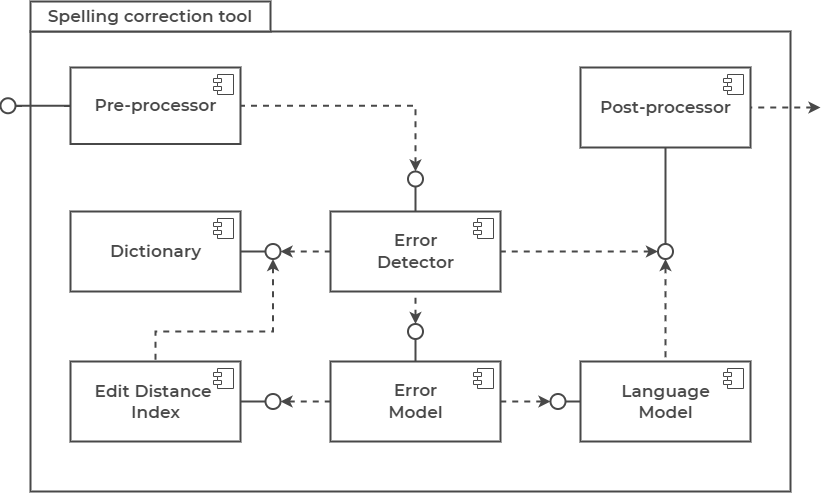
Before: figures/arch.png, a diagram exported from draw.io (DmitryPogrebnoy/MedSpellChecker). Source tidied: cells renumbered, new cells last; positions are measured from the earlier drawing's top-left corner, leaving out a move shared by most shapes.
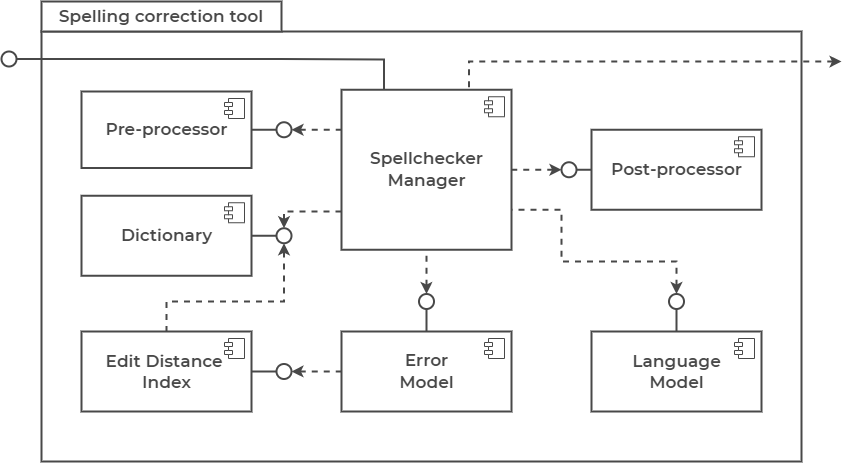
After the change.

What changed in the source:
```diff
@@ -3,10 +3,10 @@
     <mxCell id="0" />
     <mxCell id="1" parent="0" />
     <mxCell id="2" style="rounded=0;whiteSpace=wrap;html=1;strokeWidth=2;strokeColor=#484848;" parent="1" vertex="1">
-      <mxGeometry x="30" y="30" width="760" height="460" as="geometry" />
+      <mxGeometry x="30" y="60" width="760" height="430" as="geometry" />
     </mxCell>
     <mxCell id="3" value="&lt;font color=&quot;#484848&quot; face=&quot;montserrat semibold&quot;&gt;&lt;span style=&quot;font-size: 17px&quot;&gt;Post-processor&lt;/span&gt;&lt;/font&gt;" style="html=1;strokeWidth=2;strokeColor=#484848;" parent="1" vertex="1">
-      <mxGeometry x="580" y="66" width="170" height="80" as="geometry" />
+      <mxGeometry x="580" y="158.2" width="170" height="80" as="geometry" />
     </mxCell>
     <mxCell id="4" style="shape=module;jettyWidth=8;jettyHeight=4;strokeColor=#484848;" parent="3" vertex="1">
       <mxGeometry x="1" width="20" height="20" relative="1" as="geometry">
@@ -22,10 +22,10 @@
       </mxGeometry>
     </mxCell>
     <mxCell id="7" value="&lt;font color=&quot;#484848&quot; face=&quot;Montserrat Semibold&quot;&gt;&lt;span style=&quot;font-size: 17px&quot;&gt;Spelling correction tool&lt;/span&gt;&lt;/font&gt;" style="rounded=0;whiteSpace=wrap;html=1;strokeColor=#484848;strokeWidth=2;" parent="1" vertex="1">
-      <mxGeometry x="30" width="240" height="30" as="geometry" />
+      <mxGeometry x="30" y="30" width="240" height="30" as="geometry" />
     </mxCell>
     <mxCell id="8" value="&lt;font color=&quot;#484848&quot; face=&quot;montserrat semibold&quot; style=&quot;font-size: 17px&quot;&gt;Pre-processor&lt;/font&gt;" style="html=1;strokeWidth=2;strokeColor=#484848;" parent="1" vertex="1">
-      <mxGeometry x="70" y="66" width="170" height="76.5" as="geometry" />
+      <mxGeometry x="70" y="120" width="170" height="76.5" as="geometry" />
     </mxCell>
     <mxCell id="9" style="shape=module;jettyWidth=8;jettyHeight=4;strokeColor=#484848;" parent="8" vertex="1">
       <mxGeometry x="1" width="20" height="20" relative="1" as="geometry">
@@ -41,13 +41,13 @@
       </mxGeometry>
     </mxCell>
     <mxCell id="12" style="ellipse;whiteSpace=wrap;html=1;strokeColor=#484848;strokeWidth=2;" parent="1" vertex="1">
-      <mxGeometry y="96.8" width="15" height="15" as="geometry" />
+      <mxGeometry x="-10" y="80" width="15" height="15" as="geometry" />
     </mxCell>
-    <mxCell id="13" style="edgeStyle=orthogonalEdgeStyle;rounded=0;jettySize=auto;html=1;startArrow=none;startFill=0;endArrow=none;endFill=0;strokeColor=#484848;strokeWidth=2;exitX=1;exitY=0.5;exitDx=0;exitDy=0;entryX=0;entryY=0.5;entryDx=0;entryDy=0;" parent="1" edge="1" source="12" target="8">
+    <mxCell id="13" style="edgeStyle=orthogonalEdgeStyle;rounded=0;jettySize=auto;html=1;startArrow=none;startFill=0;endArrow=none;endFill=0;strokeColor=#484848;strokeWidth=2;exitX=1;exitY=0.5;exitDx=0;exitDy=0;entryX=0.25;entryY=0;entryDx=0;entryDy=0;" parent="1" edge="1" source="12" target="25">
       <mxGeometry relative="1" as="geometry">
         <Array as="points">
-          <mxPoint x="60" y="104" />
-          <mxPoint x="60" y="104" />
+          <mxPoint x="270" y="88" />
+          <mxPoint x="373" y="88" />
         </Array>
       </mxGeometry>
     </mxCell>
@@ -55,7 +55,7 @@
       <mxGeometry x="407.5" y="322.5" width="15" height="15" as="geometry" />
     </mxCell>
     <mxCell id="15" style="ellipse;whiteSpace=wrap;html=1;strokeColor=#484848;strokeWidth=2;" parent="1" vertex="1">
-      <mxGeometry x="550" y="392.5" width="15" height="15" as="geometry" />
+      <mxGeometry x="657.5" y="322.5" width="15" height="15" as="geometry" />
     </mxCell>
     <mxCell id="16" style="edgeStyle=orthogonalEdgeStyle;rounded=0;jettySize=auto;html=1;startArrow=none;startFill=0;endArrow=none;endFill=0;strokeColor=#484848;strokeWidth=2;exitX=0.5;exitY=1;exitDx=0;exitDy=0;entryX=0.5;entryY=0;entryDx=0;entryDy=0;" parent="1" edge="1" source="14" target="5">
       <mxGeometry relative="1" as="geometry">
@@ -65,69 +65,50 @@
         </Array>
       </mxGeometry>
     </mxCell>
-    <mxCell id="17" style="edgeStyle=orthogonalEdgeStyle;rounded=0;jettySize=auto;html=1;startArrow=none;startFill=0;endArrow=none;endFill=0;strokeColor=#484848;strokeWidth=2;exitX=1;exitY=0.5;exitDx=0;exitDy=0;entryX=0;entryY=0.5;entryDx=0;entryDy=0;" parent="1" edge="1" source="15" target="10">
-      <mxGeometry relative="1" as="geometry">
-        <Array as="points">
-          <mxPoint x="565" y="400" />
-          <mxPoint x="565" y="400" />
-        </Array>
-      </mxGeometry>
+    <mxCell id="17" style="edgeStyle=orthogonalEdgeStyle;rounded=0;jettySize=auto;html=1;startArrow=none;startFill=0;endArrow=none;endFill=0;strokeColor=#484848;strokeWidth=2;exitX=0.5;exitY=1;exitDx=0;exitDy=0;entryX=0.5;entryY=0;entryDx=0;entryDy=0;" parent="1" edge="1" source="15" target="10">
+      <mxGeometry relative="1" as="geometry" />
     </mxCell>
-    <mxCell id="18" style="ellipse;whiteSpace=wrap;html=1;strokeColor=#484848;strokeWidth=2;" parent="1" vertex="1">
-      <mxGeometry x="657.5" y="242.5" width="15" height="15" as="geometry" />
-    </mxCell>
-    <mxCell id="19" style="edgeStyle=orthogonalEdgeStyle;rounded=0;jettySize=auto;html=1;startArrow=none;startFill=0;endArrow=none;endFill=0;strokeColor=#484848;strokeWidth=2;entryX=0.5;entryY=1;entryDx=0;entryDy=0;exitX=0.5;exitY=0;exitDx=0;exitDy=0;" parent="1" edge="1" source="18" target="3">
+    <mxCell id="19" style="edgeStyle=orthogonalEdgeStyle;rounded=0;jettySize=auto;html=1;startArrow=none;startFill=0;endArrow=none;endFill=0;strokeColor=#484848;strokeWidth=2;entryX=0;entryY=0.5;entryDx=0;entryDy=0;exitX=1;exitY=0.5;exitDx=0;exitDy=0;" parent="1" edge="1" source="41" target="3">
       <mxGeometry relative="1" as="geometry">
         <Array as="points">
-          <mxPoint x="665" y="190" />
-          <mxPoint x="665" y="190" />
+          <mxPoint x="560" y="198" />
+          <mxPoint x="560" y="198" />
         </Array>
       </mxGeometry>
     </mxCell>
-    <mxCell id="20" style="edgeStyle=orthogonalEdgeStyle;rounded=0;jettySize=auto;html=1;endArrow=none;endFill=0;strokeWidth=2;strokeColor=#484848;dashed=1;startArrow=classic;startFill=1;entryX=1;entryY=0.5;entryDx=0;entryDy=0;exitX=0.5;exitY=0;exitDx=0;exitDy=0;" parent="1" edge="1" source="24" target="8">
+    <mxCell id="20" style="edgeStyle=orthogonalEdgeStyle;rounded=0;jettySize=auto;html=1;endArrow=none;endFill=0;strokeWidth=2;strokeColor=#484848;dashed=1;startArrow=classic;startFill=1;entryX=0;entryY=0.25;entryDx=0;entryDy=0;exitX=1;exitY=0.5;exitDx=0;exitDy=0;" parent="1" edge="1" source="24" target="25">
       <mxGeometry relative="1" as="geometry" />
     </mxCell>
-    <mxCell id="21" style="edgeStyle=orthogonalEdgeStyle;rounded=0;jettySize=auto;html=1;endArrow=none;endFill=0;strokeWidth=2;strokeColor=#484848;dashed=1;startArrow=classic;startFill=1;entryX=0.5;entryY=0;entryDx=0;entryDy=0;exitX=0.5;exitY=1;exitDx=0;exitDy=0;" parent="1" edge="1" source="18" target="10">
-      <mxGeometry relative="1" as="geometry">
-        <Array as="points">
-          <mxPoint x="665" y="270" />
-          <mxPoint x="665" y="270" />
-        </Array>
-      </mxGeometry>
-    </mxCell>
-    <mxCell id="22" style="edgeStyle=orthogonalEdgeStyle;rounded=0;jettySize=auto;html=1;endArrow=none;endFill=0;strokeWidth=2;strokeColor=#484848;dashed=1;startArrow=classic;startFill=1;entryX=1;entryY=0.5;entryDx=0;entryDy=0;" parent="1" edge="1" target="3">
+    <mxCell id="22" style="edgeStyle=orthogonalEdgeStyle;rounded=0;jettySize=auto;html=1;endArrow=none;endFill=0;strokeWidth=2;strokeColor=#484848;dashed=1;startArrow=classic;startFill=1;entryX=0.75;entryY=0;entryDx=0;entryDy=0;" parent="1" edge="1" target="25">
       <mxGeometry relative="1" as="geometry">
-        <mxPoint x="820" y="106" as="sourcePoint" />
+        <mxPoint x="830" y="90" as="sourcePoint" />
         <Array as="points">
-          <mxPoint x="780" y="106" />
-          <mxPoint x="780" y="106" />
+          <mxPoint x="820" y="90" />
+          <mxPoint x="458" y="90" />
+          <mxPoint x="458" y="118" />
         </Array>
       </mxGeometry>
     </mxCell>
-    <mxCell id="23" style="edgeStyle=orthogonalEdgeStyle;rounded=0;jettySize=auto;html=1;startArrow=none;startFill=0;endArrow=none;endFill=0;strokeColor=#484848;strokeWidth=2;exitX=0.5;exitY=1;exitDx=0;exitDy=0;entryX=0.5;entryY=0;entryDx=0;entryDy=0;" parent="1" edge="1" source="24" target="25">
-      <mxGeometry relative="1" as="geometry">
-        <Array as="points">
-          <mxPoint x="415" y="200" />
-          <mxPoint x="415" y="200" />
-        </Array>
-      </mxGeometry>
+    <mxCell id="23" style="edgeStyle=orthogonalEdgeStyle;rounded=0;jettySize=auto;html=1;startArrow=none;startFill=0;endArrow=none;endFill=0;strokeColor=#484848;strokeWidth=2;exitX=0;exitY=0.5;exitDx=0;exitDy=0;entryX=1;entryY=0.5;entryDx=0;entryDy=0;" parent="1" edge="1" source="24" target="8">
+      <mxGeometry relative="1" as="geometry" />
     </mxCell>
     <mxCell id="24" style="ellipse;whiteSpace=wrap;html=1;strokeColor=#484848;strokeWidth=2;" parent="1" vertex="1">
-      <mxGeometry x="407.5" y="170" width="15" height="15" as="geometry" />
+      <mxGeometry x="265" y="150.8" width="15" height="15" as="geometry" />
     </mxCell>
-    <mxCell id="25" value="&lt;font style=&quot;font-size: 17px&quot;&gt;&lt;span style=&quot;color: rgb(72 , 72 , 72) ; font-family: &amp;#34;montserrat semibold&amp;#34;&quot;&gt;Error&lt;br&gt;&lt;/span&gt;&lt;font color=&quot;#484848&quot; face=&quot;montserrat semibold&quot;&gt;Detector&lt;/font&gt;&lt;br&gt;&lt;/font&gt;" style="html=1;strokeWidth=2;strokeColor=#484848;" parent="1" vertex="1">
-      <mxGeometry x="330" y="210" width="170" height="80" as="geometry" />
+    <mxCell id="25" value="&lt;font style=&quot;font-size: 17px&quot;&gt;&lt;font face=&quot;montserrat semibold&quot; color=&quot;#484848&quot;&gt;Spellchecker&lt;br&gt;Manager&lt;/font&gt;&lt;br&gt;&lt;/font&gt;" style="html=1;strokeWidth=2;strokeColor=#484848;" parent="1" vertex="1">
+      <mxGeometry x="330" y="118.2" width="170" height="160" as="geometry" />
     </mxCell>
     <mxCell id="26" style="shape=module;jettyWidth=8;jettyHeight=4;strokeColor=#484848;" parent="25" vertex="1">
       <mxGeometry x="1" width="20" height="20" relative="1" as="geometry">
         <mxPoint x="-27" y="7" as="offset" />
       </mxGeometry>
     </mxCell>
-    <mxCell id="27" style="edgeStyle=orthogonalEdgeStyle;rounded=0;jettySize=auto;html=1;endArrow=none;endFill=0;strokeWidth=2;strokeColor=#484848;dashed=1;startArrow=classic;startFill=1;entryX=1;entryY=0.5;entryDx=0;entryDy=0;exitX=0;exitY=0.5;exitDx=0;exitDy=0;" parent="1" edge="1" source="15" target="5">
+    <mxCell id="27" style="edgeStyle=orthogonalEdgeStyle;rounded=0;jettySize=auto;html=1;endArrow=none;endFill=0;strokeWidth=2;strokeColor=#484848;dashed=1;startArrow=classic;startFill=1;entryX=1;entryY=0.75;entryDx=0;entryDy=0;exitX=0.5;exitY=0;exitDx=0;exitDy=0;" parent="1" edge="1" source="15" target="25">
       <mxGeometry relative="1" as="geometry">
         <Array as="points">
-          <mxPoint x="510" y="400" />
-          <mxPoint x="510" y="400" />
+          <mxPoint x="665" y="290" />
+          <mxPoint x="550" y="290" />
+          <mxPoint x="550" y="238" />
         </Array>
       </mxGeometry>
     </mxCell>
@@ -140,7 +121,7 @@
       </mxGeometry>
     </mxCell>
     <mxCell id="29" value="&lt;font color=&quot;#484848&quot; face=&quot;montserrat semibold&quot;&gt;&lt;span style=&quot;font-size: 17px&quot;&gt;Dictionary&lt;/span&gt;&lt;/font&gt;" style="html=1;strokeWidth=2;strokeColor=#484848;" parent="1" vertex="1">
-      <mxGeometry x="70" y="210" width="170" height="80" as="geometry" />
+      <mxGeometry x="70" y="224.2" width="170" height="80" as="geometry" />
     </mxCell>
     <mxCell id="30" style="shape=module;jettyWidth=8;jettyHeight=4;strokeColor=#484848;" parent="29" vertex="1">
       <mxGeometry x="1" width="20" height="20" relative="1" as="geometry">
@@ -156,16 +137,15 @@
       </mxGeometry>
     </mxCell>
     <mxCell id="33" style="ellipse;whiteSpace=wrap;html=1;strokeColor=#484848;strokeWidth=2;" parent="1" vertex="1">
-      <mxGeometry x="265" y="242.5" width="15" height="15" as="geometry" />
+      <mxGeometry x="265" y="256.8" width="15" height="15" as="geometry" />
     </mxCell>
     <mxCell id="34" style="edgeStyle=orthogonalEdgeStyle;rounded=0;jettySize=auto;html=1;startArrow=none;startFill=0;endArrow=none;endFill=0;strokeColor=#484848;strokeWidth=2;entryX=1;entryY=0.5;entryDx=0;entryDy=0;exitX=0;exitY=0.5;exitDx=0;exitDy=0;" parent="1" edge="1" source="33" target="29">
       <mxGeometry relative="1" as="geometry" />
     </mxCell>
-    <mxCell id="35" style="edgeStyle=orthogonalEdgeStyle;rounded=0;jettySize=auto;html=1;endArrow=none;endFill=0;strokeWidth=2;strokeColor=#484848;dashed=1;startArrow=classic;startFill=1;entryX=0;entryY=0.5;entryDx=0;entryDy=0;exitX=1;exitY=0.5;exitDx=0;exitDy=0;" parent="1" edge="1" source="33" target="25">
+    <mxCell id="35" style="edgeStyle=orthogonalEdgeStyle;rounded=0;jettySize=auto;html=1;endArrow=none;endFill=0;strokeWidth=2;strokeColor=#484848;dashed=1;startArrow=classic;startFill=1;entryX=0;entryY=0.75;entryDx=0;entryDy=0;exitX=0.5;exitY=0;exitDx=0;exitDy=0;" parent="1" edge="1" source="33" target="25">
       <mxGeometry relative="1" as="geometry">
         <Array as="points">
-          <mxPoint x="320" y="250" />
-          <mxPoint x="320" y="250" />
+          <mxPoint x="273" y="240" />
         </Array>
       </mxGeometry>
     </mxCell>
@@ -188,8 +168,13 @@
         </Array>
       </mxGeometry>
     </mxCell>
-    <mxCell id="39" style="edgeStyle=orthogonalEdgeStyle;rounded=0;jettySize=auto;html=1;endArrow=none;endFill=0;strokeWidth=2;strokeColor=#484848;dashed=1;startArrow=classic;startFill=1;entryX=1;entryY=0.5;entryDx=0;entryDy=0;exitX=0;exitY=0.5;exitDx=0;exitDy=0;" parent="1" edge="1" source="18" target="25">
-      <mxGeometry relative="1" as="geometry" />
+    <mxCell id="39" style="edgeStyle=orthogonalEdgeStyle;rounded=0;jettySize=auto;html=1;endArrow=none;endFill=0;strokeWidth=2;strokeColor=#484848;dashed=1;startArrow=classic;startFill=1;entryX=1;entryY=0.5;entryDx=0;entryDy=0;exitX=0;exitY=0.5;exitDx=0;exitDy=0;" parent="1" edge="1" source="41" target="25">
+      <mxGeometry relative="1" as="geometry">
+        <Array as="points">
+          <mxPoint x="530" y="198" />
+          <mxPoint x="530" y="198" />
+        </Array>
+      </mxGeometry>
     </mxCell>
     <mxCell id="40" style="edgeStyle=orthogonalEdgeStyle;rounded=0;jettySize=auto;html=1;endArrow=none;endFill=0;strokeWidth=2;strokeColor=#484848;dashed=1;startArrow=classic;startFill=1;entryX=0.5;entryY=0;entryDx=0;entryDy=0;exitX=0.5;exitY=1;exitDx=0;exitDy=0;" parent="1" edge="1" source="33" target="31">
       <mxGeometry relative="1" as="geometry">
@@ -199,5 +184,8 @@
         </Array>
       </mxGeometry>
     </mxCell>
+    <mxCell id="41" style="ellipse;whiteSpace=wrap;html=1;strokeColor=#484848;strokeWidth=2;" parent="1" vertex="1">
+      <mxGeometry x="550" y="190.8" width="15" height="15" as="geometry" />
+    </mxCell>
   </root>
 </mxGraphModel>
```
